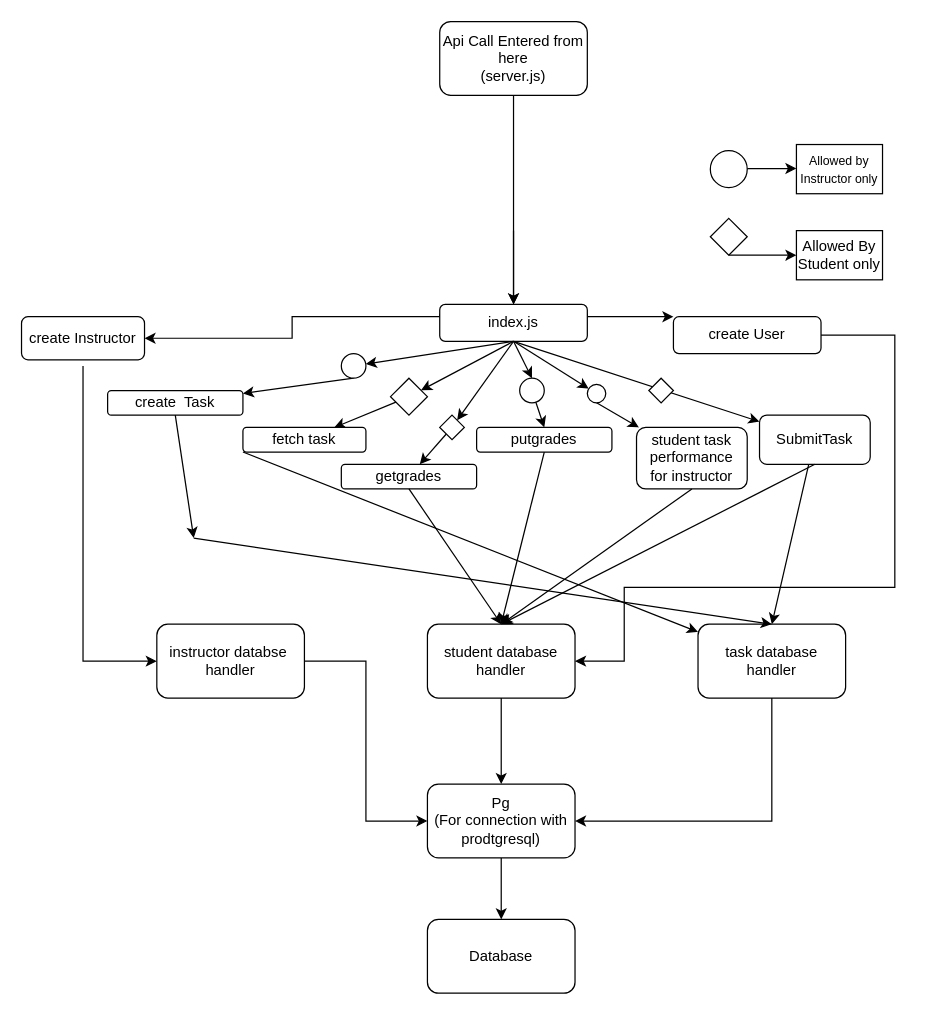
The draw.io diagram Design Document.drawio in rajkothari634/ClassManagement, before the edit. Source tidied: cells renumbered, new cells numbered last; positions are measured from the earlier drawing's top-left corner, leaving out a move shared by most shapes. Both pictures are drawn from the tidied source at 123%, with x=0, y=0 at pixel (21, 21).
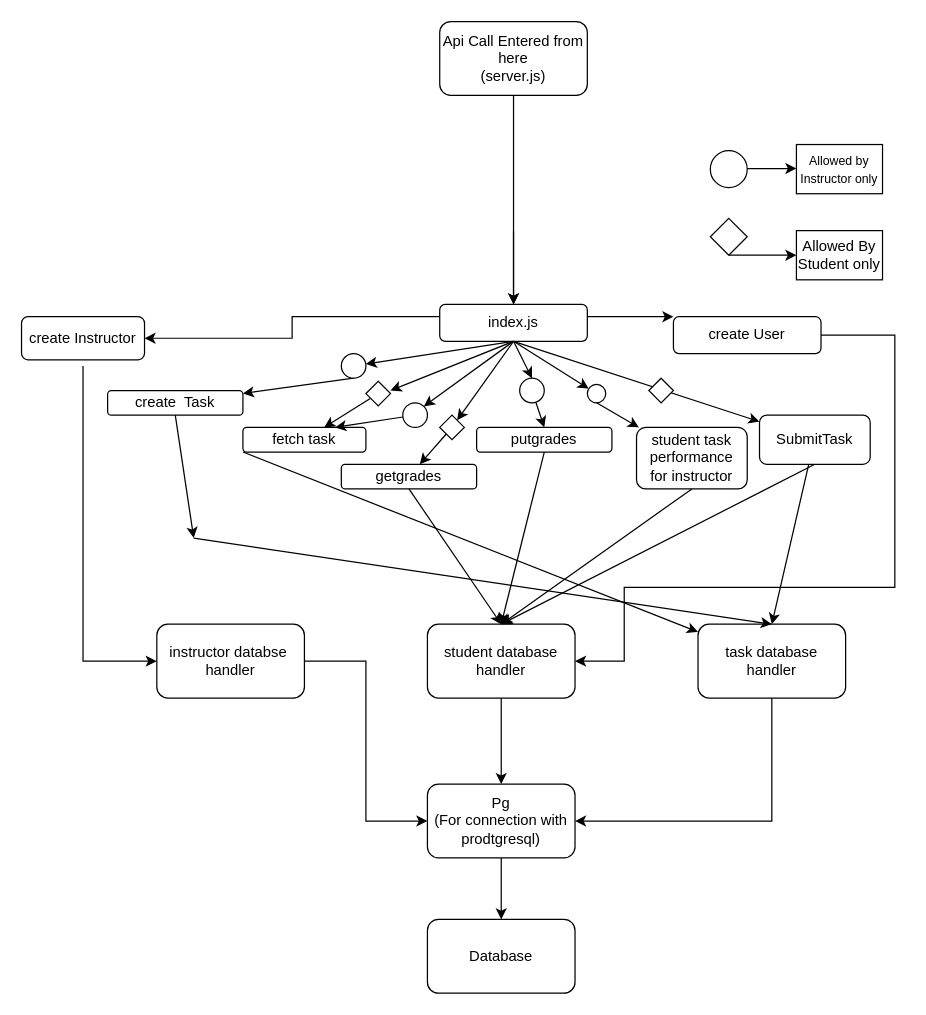
Above is the later version.

Unchanged cells that the change refers to:
```xml
<mxCell id="11" value="fetch task" style="rounded=1;whiteSpace=wrap;html=1;" parent="1" vertex="1">
  <mxGeometry x="180" y="330" width="100" height="20" as="geometry" />
</mxCell>
```

The edit, as a diff of the source:
```diff
@@
     <mxCell id="40" style="rhombus;whiteSpace=wrap;html=1;" parent="1" vertex="1">
-      <mxGeometry x="300" y="290" width="30" height="30" as="geometry" />
+      <mxGeometry x="280" y="292.5" width="20" height="20" as="geometry" />
     </mxCell>
-    <mxCell id="41" style="endArrow=classic;html=1;" parent="1" edge="1" target="40">
-      <mxGeometry relative="1" as="geometry">
-        <mxPoint x="400" y="260" as="sourcePoint" />
-      </mxGeometry>
+    <mxCell id="41" style="endArrow=classic;html=1;entryX=0.75;entryY=0;entryDx=0;entryDy=0;" parent="1" edge="1" source="58" target="11">
+      <mxGeometry relative="1" as="geometry" />
     </mxCell>
@@
+    <mxCell id="58" style="ellipse;whiteSpace=wrap;html=1;" parent="1" vertex="1">
+      <mxGeometry x="310" y="310" width="20" height="20" as="geometry" />
+    </mxCell>
+    <mxCell id="59" style="endArrow=classic;html=1;" parent="1" edge="1">
+      <mxGeometry relative="1" as="geometry">
+        <mxPoint x="400" y="260" as="sourcePoint" />
+        <mxPoint x="300" y="300" as="targetPoint" />
+      </mxGeometry>
+    </mxCell>
+    <mxCell id="60" style="endArrow=classic;html=1;entryX=1;entryY=0;entryDx=0;entryDy=0;" parent="1" edge="1" target="58">
+      <mxGeometry relative="1" as="geometry">
+        <mxPoint x="400" y="260" as="sourcePoint" />
+      </mxGeometry>
+    </mxCell>
```
